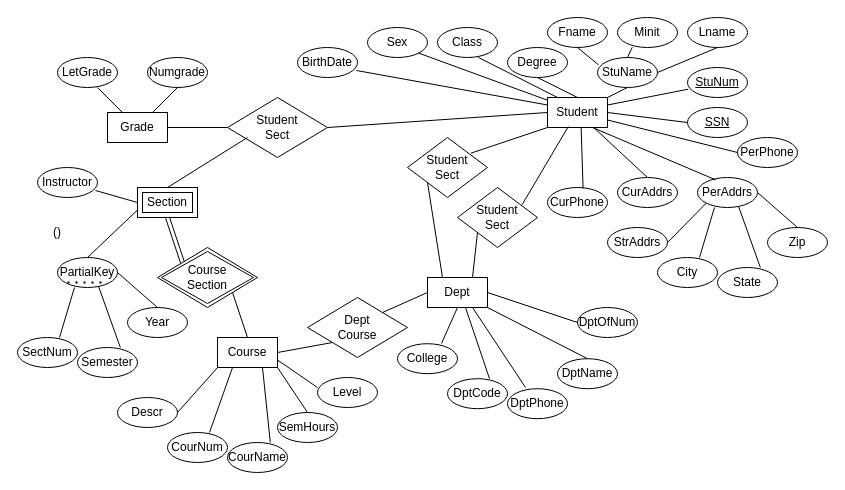
The draw.io diagram Untitled Diagram.drawio in Baconbuilder/blah, before the edit. Source tidied: cells renumbered, new cells numbered last; positions are measured from the earlier drawing's top-left corner, leaving out a move shared by most shapes. Both pictures are drawn from the tidied source at 100%, with x=0, y=0 at pixel (17, 17).
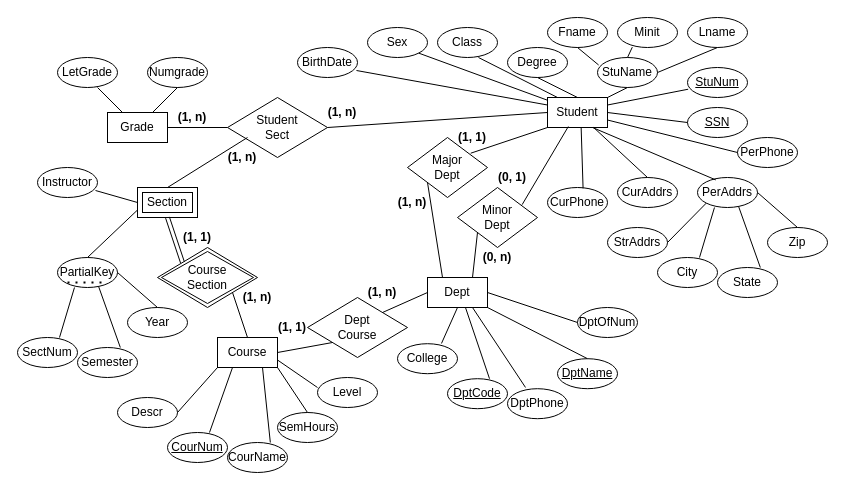
After the change.

What changed in the source:
```diff
@@
-    <mxCell id="47" value="Student&lt;br&gt;Sect" style="rhombus;whiteSpace=wrap;html=1;fontSize=12;" parent="1" vertex="1">
+    <mxCell id="47" value="Major&lt;br&gt;Dept" style="rhombus;whiteSpace=wrap;html=1;fontSize=12;" parent="1" vertex="1">
       <mxGeometry x="390" y="120" width="80" height="60" as="geometry" />
     </mxCell>
-    <mxCell id="48" value="Student&lt;br&gt;Sect" style="rhombus;whiteSpace=wrap;html=1;fontSize=12;" parent="1" vertex="1">
+    <mxCell id="48" value="Minor&lt;br&gt;Dept" style="rhombus;whiteSpace=wrap;html=1;fontSize=12;" parent="1" vertex="1">
       <mxGeometry x="440" y="170" width="80" height="60" as="geometry" />
     </mxCell>
@@
-    <mxCell id="74" value="()" style="text;html=1;strokeColor=none;fillColor=none;align=center;verticalAlign=middle;whiteSpace=wrap;rounded=0;fontSize=12;" parent="1" vertex="1">
-      <mxGeometry x="10" y="200" width="60" height="30" as="geometry" />
+    <mxCell id="74" value="(1, 1)" style="text;html=1;strokeColor=none;fillColor=none;align=center;verticalAlign=middle;whiteSpace=wrap;rounded=0;fontSize=12;fontStyle=1;" parent="1" vertex="1">
+      <mxGeometry x="430" y="110" width="50" height="20" as="geometry" />
     </mxCell>
-    <mxCell id="75" value="CourNum" style="ellipse;whiteSpace=wrap;html=1;fontSize=12;spacing=2;" parent="1" vertex="1">
+    <mxCell id="75" value="&lt;u&gt;CourNum&lt;/u&gt;" style="ellipse;whiteSpace=wrap;html=1;fontSize=12;spacing=2;" parent="1" vertex="1">
       <mxGeometry x="150" y="415" width="60" height="30" as="geometry" />
     </mxCell>
@@
-    <mxCell id="85" value="DptCode" style="ellipse;whiteSpace=wrap;html=1;fontSize=12;spacing=2;" parent="1" vertex="1">
+    <mxCell id="85" value="DptCode" style="ellipse;whiteSpace=wrap;html=1;fontSize=12;spacing=2;fontStyle=4;" parent="1" vertex="1">
       <mxGeometry x="430" y="361.2" width="60" height="30" as="geometry" />
     </mxCell>
@@
-    <mxCell id="87" value="DptName" style="ellipse;whiteSpace=wrap;html=1;fontSize=12;spacing=2;" parent="1" vertex="1">
+    <mxCell id="87" value="DptName" style="ellipse;whiteSpace=wrap;html=1;fontSize=12;spacing=2;fontStyle=4;" parent="1" vertex="1">
       <mxGeometry x="540" y="341.2" width="60" height="30" as="geometry" />
     </mxCell>
@@
+    <mxCell id="95" value="(0, 1)" style="text;html=1;strokeColor=none;fillColor=none;align=center;verticalAlign=middle;whiteSpace=wrap;rounded=0;fontSize=12;fontStyle=1;" parent="1" vertex="1">
+      <mxGeometry x="470" y="150" width="50" height="20" as="geometry" />
+    </mxCell>
+    <mxCell id="96" value="(1, n)" style="text;html=1;strokeColor=none;fillColor=none;align=center;verticalAlign=middle;whiteSpace=wrap;rounded=0;fontSize=12;fontStyle=1;" parent="1" vertex="1">
+      <mxGeometry x="370" y="175" width="50" height="20" as="geometry" />
+    </mxCell>
+    <mxCell id="97" value="(0, n)" style="text;html=1;strokeColor=none;fillColor=none;align=center;verticalAlign=middle;whiteSpace=wrap;rounded=0;fontSize=12;fontStyle=1;" parent="1" vertex="1">
+      <mxGeometry x="455" y="230" width="50" height="20" as="geometry" />
+    </mxCell>
+    <mxCell id="98" value="(1, n)" style="text;html=1;strokeColor=none;fillColor=none;align=center;verticalAlign=middle;whiteSpace=wrap;rounded=0;fontSize=12;fontStyle=1;" parent="1" vertex="1">
+      <mxGeometry x="340" y="265" width="50" height="20" as="geometry" />
+    </mxCell>
+    <mxCell id="99" value="(1, 1)" style="text;html=1;strokeColor=none;fillColor=none;align=center;verticalAlign=middle;whiteSpace=wrap;rounded=0;fontSize=12;fontStyle=1;" parent="1" vertex="1">
+      <mxGeometry x="250" y="300" width="50" height="20" as="geometry" />
+    </mxCell>
+    <mxCell id="100" value="(1, n)" style="text;html=1;strokeColor=none;fillColor=none;align=center;verticalAlign=middle;whiteSpace=wrap;rounded=0;fontSize=12;fontStyle=1;" parent="1" vertex="1">
+      <mxGeometry x="215" y="270" width="50" height="20" as="geometry" />
+    </mxCell>
+    <mxCell id="101" value="(1, 1)" style="text;html=1;strokeColor=none;fillColor=none;align=center;verticalAlign=middle;whiteSpace=wrap;rounded=0;fontSize=12;fontStyle=1;" parent="1" vertex="1">
+      <mxGeometry x="155" y="210" width="50" height="20" as="geometry" />
+    </mxCell>
+    <mxCell id="102" value="(1, n)" style="text;html=1;strokeColor=none;fillColor=none;align=center;verticalAlign=middle;whiteSpace=wrap;rounded=0;fontSize=12;fontStyle=1;" parent="1" vertex="1">
+      <mxGeometry x="150" y="90" width="50" height="20" as="geometry" />
+    </mxCell>
+    <mxCell id="103" value="(1, n)" style="text;html=1;strokeColor=none;fillColor=none;align=center;verticalAlign=middle;whiteSpace=wrap;rounded=0;fontSize=12;fontStyle=1;" parent="1" vertex="1">
+      <mxGeometry x="200" y="130" width="50" height="20" as="geometry" />
+    </mxCell>
+    <mxCell id="104" value="(1, n)" style="text;html=1;strokeColor=none;fillColor=none;align=center;verticalAlign=middle;whiteSpace=wrap;rounded=0;fontSize=12;fontStyle=1;" parent="1" vertex="1">
+      <mxGeometry x="300" y="85" width="50" height="20" as="geometry" />
+    </mxCell>
```
